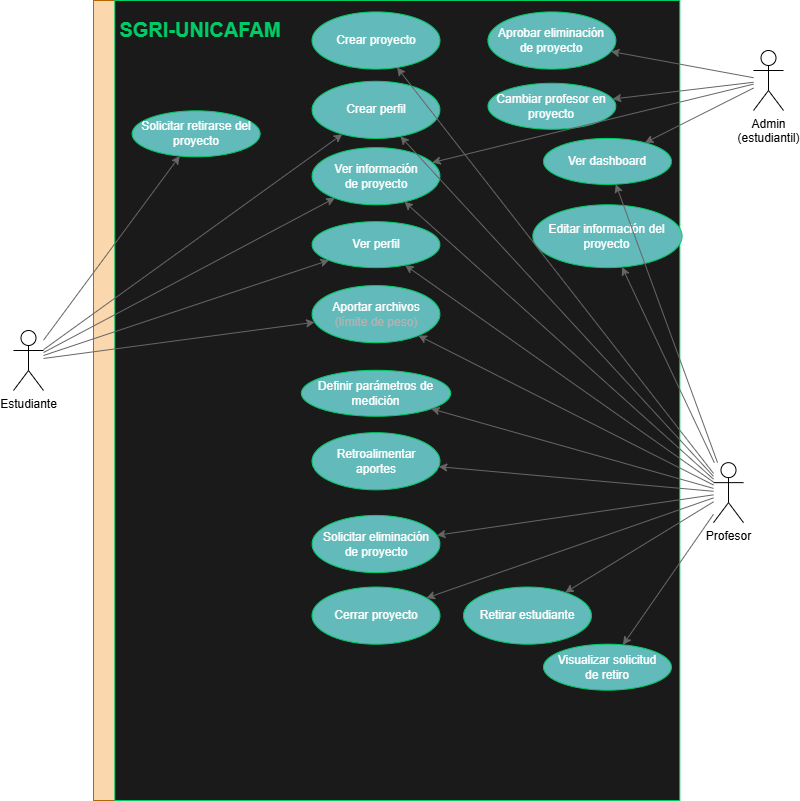
This is Docs/Diagrams/Images/Casos_de_Uso_vr2.1.png from ochuxx/project-sgri, a draw.io export, as it was before one commit. Source tidied: cells renumbered, new cells last; positions are measured from the earlier drawing's top-left corner, leaving out a move shared by most shapes.
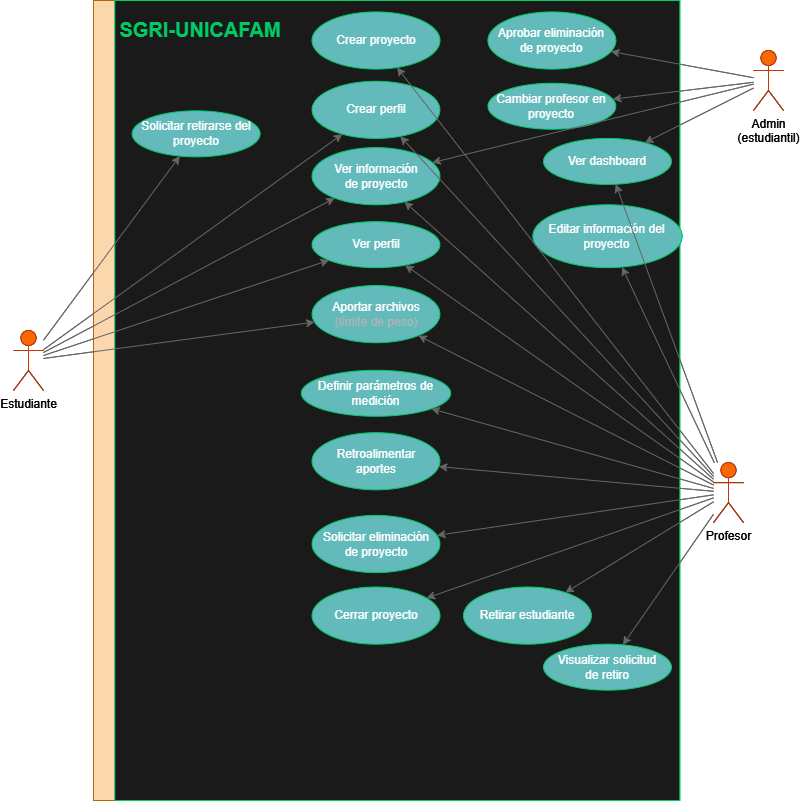
After the change.

Commit message:
Primer commit (2) de Fredes Acosta

What changed in the source:
```diff
@@ -134,5 +134,137 @@
     <mxCell id="45" style="endArrow=classic;html=1;rounded=0;strokeColor=light-dark(#666666,#FFFFFF);fillColor=#f5f5f5;gradientColor=#b3b3b3;" parent="1" edge="1" source="22" target="20">
       <mxGeometry relative="1" as="geometry" />
     </mxCell>
+    <mxCell id="46" style="group;fillColor=#fad7ac;strokeColor=#b46504;" parent="1" vertex="1">
+      <mxGeometry x="80" width="565" height="800" as="geometry" />
+    </mxCell>
+    <mxCell id="47" style="rounded=0;whiteSpace=wrap;html=1;strokeColor=light-dark(#00CC66,#00953E);fillColor=#1A1A1A;" parent="46" vertex="1">
+      <mxGeometry x="21.3" width="565" height="800" as="geometry" />
+    </mxCell>
+    <mxCell id="48" value="SGRI-UNICAFAM" style="text;html=1;whiteSpace=wrap;strokeColor=none;fillColor=none;align=center;verticalAlign=middle;rounded=0;fontSize=20;fontColor=light-dark(#00CC66,#00953E);fontStyle=1;" parent="46" vertex="1">
+      <mxGeometry x="10.7" y="11.4" width="191.9" height="34.3" as="geometry" />
+    </mxCell>
+    <mxCell id="49" value="Ver información&lt;div&gt;de proyecto&lt;/div&gt;" style="ellipse;whiteSpace=wrap;html=1;fillColor=light-dark(#62BABA,#006666);fontColor=#ffffff;strokeColor=light-dark(#00CC66,#00953E);" parent="46" vertex="1">
+      <mxGeometry x="218.5" y="147.1" width="127.9" height="57.1" as="geometry" />
+    </mxCell>
+    <mxCell id="50" value="Retirar estudiante" style="ellipse;whiteSpace=wrap;html=1;fillColor=light-dark(#62BABA,#006666);fontColor=#ffffff;strokeColor=light-dark(#00CC66,#00953E);" parent="46" vertex="1">
+      <mxGeometry x="370" y="586.5" width="127.9" height="57.1" as="geometry" />
+    </mxCell>
+    <mxCell id="51" value="Solicitar eliminación&lt;div&gt;de proyecto&lt;/div&gt;" style="ellipse;whiteSpace=wrap;html=1;fillColor=light-dark(#62BABA,#006666);fontColor=#ffffff;strokeColor=light-dark(#00CC66,#00953E);" parent="46" vertex="1">
+      <mxGeometry x="218.5" y="514.9" width="127.9" height="57.1" as="geometry" />
+    </mxCell>
+    <mxCell id="52" value="Cerrar proyecto" style="ellipse;whiteSpace=wrap;html=1;fillColor=light-dark(#62BABA,#006666);fontColor=#ffffff;strokeColor=light-dark(#00CC66,#00953E);" parent="46" vertex="1">
+      <mxGeometry x="218.5" y="586.5" width="127.9" height="57.1" as="geometry" />
+    </mxCell>
+    <mxCell id="53" value="Retroalimentar&lt;br&gt;aportes" style="ellipse;whiteSpace=wrap;html=1;fillColor=light-dark(#62BABA,#006666);fontColor=#ffffff;strokeColor=light-dark(#00CC66,#00953E);" parent="46" vertex="1">
+      <mxGeometry x="218.5" y="432.2" width="127.9" height="57.1" as="geometry" />
+    </mxCell>
+    <mxCell id="54" value="Crear proyecto" style="ellipse;whiteSpace=wrap;html=1;fillColor=light-dark(#62BABA,#006666);fontColor=#ffffff;strokeColor=light-dark(#00CC66,#00953E);" parent="46" vertex="1">
+      <mxGeometry x="218.5" y="11.4" width="127.9" height="57.1" as="geometry" />
+    </mxCell>
+    <mxCell id="55" value="Aportar archivos&lt;div&gt;&lt;font style=&quot;color: rgb(179, 179, 179);&quot;&gt;(límite de peso)&lt;/font&gt;&lt;/div&gt;" style="ellipse;whiteSpace=wrap;html=1;fillColor=light-dark(#62BABA,#006666);fontColor=#ffffff;strokeColor=light-dark(#00CC66,#00953E);" parent="46" vertex="1">
+      <mxGeometry x="218.5" y="285.1" width="127.9" height="57.1" as="geometry" />
+    </mxCell>
+    <mxCell id="56" value="Aprobar eliminación&lt;div&gt;de proyecto&lt;/div&gt;" style="ellipse;whiteSpace=wrap;html=1;fillColor=light-dark(#62BABA,#006666);fontColor=#ffffff;strokeColor=light-dark(#00CC66,#00953E);" parent="46" vertex="1">
+      <mxGeometry x="394.4" y="11.4" width="127.9" height="57.1" as="geometry" />
+    </mxCell>
+    <mxCell id="57" value="Crear perfil" style="ellipse;whiteSpace=wrap;html=1;fillColor=light-dark(#62BABA,#006666);fontColor=#ffffff;strokeColor=light-dark(#00CC66,#00953E);" parent="46" vertex="1">
+      <mxGeometry x="218.5" y="80.8" width="127.9" height="57.1" as="geometry" />
+    </mxCell>
+    <mxCell id="58" value="Cambiar profesor en proyecto" style="ellipse;whiteSpace=wrap;html=1;fillColor=light-dark(#62BABA,#006666);fontColor=#ffffff;strokeColor=light-dark(#00CC66,#00953E);" parent="46" vertex="1">
+      <mxGeometry x="394.4" y="82.8" width="127.9" height="46" as="geometry" />
+    </mxCell>
+    <mxCell id="59" value="Solicitar retirarse del&lt;div&gt;proyecto&lt;/div&gt;" style="ellipse;whiteSpace=wrap;html=1;fillColor=light-dark(#62BABA,#006666);fontColor=#ffffff;strokeColor=light-dark(#00CC66,#00953E);" parent="46" vertex="1">
+      <mxGeometry x="38.7" y="110.3" width="127.9" height="46" as="geometry" />
+    </mxCell>
+    <mxCell id="60" value="Ver dashboard" style="ellipse;whiteSpace=wrap;html=1;fillColor=light-dark(#62BABA,#006666);fontColor=#ffffff;strokeColor=light-dark(#00CC66,#00953E);" parent="46" vertex="1">
+      <mxGeometry x="450" y="137.9" width="127.9" height="46" as="geometry" />
+    </mxCell>
+    <mxCell id="61" value="Ver perfil" style="ellipse;whiteSpace=wrap;html=1;fillColor=light-dark(#62BABA,#006666);fontColor=#ffffff;strokeColor=light-dark(#00CC66,#00953E);" parent="46" vertex="1">
+      <mxGeometry x="218.5" y="221.2" width="127.9" height="46" as="geometry" />
+    </mxCell>
+    <mxCell id="62" value="Visualizar solicitud&lt;div&gt;de retiro&lt;/div&gt;" style="ellipse;whiteSpace=wrap;html=1;fillColor=light-dark(#62BABA,#006666);fontColor=#ffffff;strokeColor=light-dark(#00CC66,#00953E);" parent="46" vertex="1">
+      <mxGeometry x="450" y="643.7" width="127.9" height="46" as="geometry" />
+    </mxCell>
+    <mxCell id="63" value="Definir parámetros de medición" style="ellipse;whiteSpace=wrap;html=1;fillColor=light-dark(#62BABA,#006666);fontColor=#ffffff;strokeColor=light-dark(#00CC66,#00953E);" parent="46" vertex="1">
+      <mxGeometry x="207.9" y="369.8" width="149.2" height="46" as="geometry" />
+    </mxCell>
+    <mxCell id="64" value="Editar información del proyecto" style="ellipse;whiteSpace=wrap;html=1;fillColor=light-dark(#62BABA,#006666);fontColor=#ffffff;strokeColor=light-dark(#00CC66,#00953E);" parent="46" vertex="1">
+      <mxGeometry x="439.3" y="204.3" width="149.2" height="62.9" as="geometry" />
+    </mxCell>
+    <mxCell id="65" value="Estudiante" style="shape=umlActor;verticalLabelPosition=bottom;verticalAlign=top;html=1;outlineConnect=0;fillColor=#fa6800;fontColor=#000000;strokeColor=#C73500;" parent="1" vertex="1">
+      <mxGeometry y="330" width="30" height="60" as="geometry" />
+    </mxCell>
+    <mxCell id="66" value="Profesor" style="shape=umlActor;verticalLabelPosition=bottom;verticalAlign=top;html=1;outlineConnect=0;fillColor=#fa6800;fontColor=#000000;strokeColor=#C73500;" parent="1" vertex="1">
+      <mxGeometry x="700" y="462.1" width="30" height="60" as="geometry" />
+    </mxCell>
+    <mxCell id="67" value="Admin&lt;div&gt;(estudiantil)&lt;/div&gt;" style="shape=umlActor;verticalLabelPosition=bottom;verticalAlign=top;html=1;outlineConnect=0;fillColor=#fa6800;fontColor=#000000;strokeColor=#C73500;" parent="1" vertex="1">
+      <mxGeometry x="740" y="50" width="30" height="60" as="geometry" />
+    </mxCell>
+    <mxCell id="68" style="endArrow=classic;html=1;rounded=0;strokeColor=light-dark(#666666,#FFFFFF);fillColor=#f5f5f5;gradientColor=#b3b3b3;" parent="1" edge="1" source="66" target="55">
+      <mxGeometry relative="1" as="geometry" />
+    </mxCell>
+    <mxCell id="69" style="endArrow=classic;html=1;rounded=0;strokeColor=light-dark(#666666,#FFFFFF);fillColor=#f5f5f5;gradientColor=#b3b3b3;" parent="1" edge="1" source="66" target="57">
+      <mxGeometry relative="1" as="geometry" />
+    </mxCell>
+    <mxCell id="70" style="endArrow=classic;html=1;rounded=0;strokeColor=light-dark(#666666,#FFFFFF);fillColor=#f5f5f5;gradientColor=#b3b3b3;" parent="1" edge="1" source="66" target="61">
+      <mxGeometry relative="1" as="geometry" />
+    </mxCell>
+    <mxCell id="71" style="endArrow=classic;html=1;rounded=0;strokeColor=light-dark(#666666,#FFFFFF);fillColor=#f5f5f5;gradientColor=#b3b3b3;" parent="1" edge="1" source="65" target="61">
+      <mxGeometry relative="1" as="geometry" />
+    </mxCell>
+    <mxCell id="72" style="endArrow=classic;html=1;rounded=0;strokeColor=light-dark(#666666,#FFFFFF);fillColor=#f5f5f5;gradientColor=#b3b3b3;" parent="1" edge="1" source="65" target="55">
+      <mxGeometry relative="1" as="geometry" />
+    </mxCell>
+    <mxCell id="73" style="endArrow=classic;html=1;rounded=0;strokeColor=light-dark(#666666,#FFFFFF);fillColor=#f5f5f5;gradientColor=#b3b3b3;" parent="1" edge="1" source="65" target="59">
+      <mxGeometry relative="1" as="geometry" />
+    </mxCell>
+    <mxCell id="74" style="endArrow=classic;html=1;rounded=0;strokeColor=light-dark(#666666,#FFFFFF);fillColor=#f5f5f5;gradientColor=#b3b3b3;" parent="1" edge="1" source="66" target="62">
+      <mxGeometry relative="1" as="geometry" />
+    </mxCell>
+    <mxCell id="75" style="endArrow=classic;html=1;rounded=0;strokeColor=light-dark(#666666,#FFFFFF);fillColor=#f5f5f5;gradientColor=#b3b3b3;" parent="1" edge="1" source="66" target="53">
+      <mxGeometry relative="1" as="geometry" />
+    </mxCell>
+    <mxCell id="76" style="endArrow=classic;html=1;rounded=0;strokeColor=light-dark(#666666,#FFFFFF);fillColor=#f5f5f5;gradientColor=#b3b3b3;" parent="1" edge="1" source="66" target="50">
+      <mxGeometry relative="1" as="geometry" />
+    </mxCell>
+    <mxCell id="77" style="endArrow=classic;html=1;rounded=0;strokeColor=light-dark(#666666,#FFFFFF);fillColor=#f5f5f5;gradientColor=#b3b3b3;" parent="1" edge="1" source="66" target="49">
+      <mxGeometry relative="1" as="geometry" />
+    </mxCell>
+    <mxCell id="78" style="endArrow=classic;html=1;rounded=0;strokeColor=light-dark(#666666,#FFFFFF);fillColor=#f5f5f5;gradientColor=#b3b3b3;" parent="1" edge="1" source="65" target="49">
+      <mxGeometry relative="1" as="geometry" />
+    </mxCell>
+    <mxCell id="79" style="endArrow=classic;html=1;rounded=0;strokeColor=light-dark(#666666,#FFFFFF);fillColor=#f5f5f5;gradientColor=#b3b3b3;" parent="1" edge="1" source="66" target="51">
+      <mxGeometry relative="1" as="geometry" />
+    </mxCell>
+    <mxCell id="80" style="endArrow=classic;html=1;rounded=0;strokeColor=light-dark(#666666,#FFFFFF);fillColor=#f5f5f5;gradientColor=#b3b3b3;" parent="1" edge="1" source="67" target="60">
+      <mxGeometry relative="1" as="geometry" />
+    </mxCell>
+    <mxCell id="81" style="endArrow=classic;html=1;rounded=0;strokeColor=light-dark(#666666,#FFFFFF);fillColor=#f5f5f5;gradientColor=#b3b3b3;" parent="1" edge="1" source="67" target="56">
+      <mxGeometry relative="1" as="geometry" />
+    </mxCell>
+    <mxCell id="82" style="endArrow=classic;html=1;rounded=0;strokeColor=light-dark(#666666,#FFFFFF);fillColor=#f5f5f5;gradientColor=#b3b3b3;" parent="1" edge="1" source="67" target="58">
+      <mxGeometry relative="1" as="geometry" />
+    </mxCell>
+    <mxCell id="83" style="endArrow=classic;html=1;rounded=0;strokeColor=light-dark(#666666,#FFFFFF);fillColor=#f5f5f5;gradientColor=#b3b3b3;" parent="1" edge="1" source="67" target="49">
+      <mxGeometry relative="1" as="geometry" />
+    </mxCell>
+    <mxCell id="84" style="endArrow=classic;html=1;rounded=0;strokeColor=light-dark(#666666,#FFFFFF);fillColor=#f5f5f5;gradientColor=#b3b3b3;" parent="1" edge="1" source="66" target="52">
+      <mxGeometry relative="1" as="geometry" />
+    </mxCell>
+    <mxCell id="85" style="endArrow=classic;html=1;rounded=0;strokeColor=light-dark(#666666,#FFFFFF);fillColor=#f5f5f5;gradientColor=#b3b3b3;" parent="1" edge="1" source="66" target="60">
+      <mxGeometry relative="1" as="geometry" />
+    </mxCell>
+    <mxCell id="86" style="endArrow=classic;html=1;rounded=0;strokeColor=light-dark(#666666,#FFFFFF);fillColor=#f5f5f5;gradientColor=#b3b3b3;" parent="1" edge="1" source="66" target="63">
+      <mxGeometry relative="1" as="geometry" />
+    </mxCell>
+    <mxCell id="87" style="endArrow=classic;html=1;rounded=0;strokeColor=light-dark(#666666,#FFFFFF);fillColor=#f5f5f5;gradientColor=#b3b3b3;" parent="1" edge="1" source="65" target="57">
+      <mxGeometry relative="1" as="geometry" />
+    </mxCell>
+    <mxCell id="88" style="endArrow=classic;html=1;rounded=0;strokeColor=light-dark(#666666,#FFFFFF);fillColor=#f5f5f5;gradientColor=#b3b3b3;" parent="1" edge="1" source="66" target="54">
+      <mxGeometry relative="1" as="geometry" />
+    </mxCell>
+    <mxCell id="89" style="endArrow=classic;html=1;rounded=0;strokeColor=light-dark(#666666,#FFFFFF);fillColor=#f5f5f5;gradientColor=#b3b3b3;" parent="1" edge="1" source="66" target="64">
+      <mxGeometry relative="1" as="geometry" />
+    </mxCell>
   </root>
 </mxGraphModel>
```
